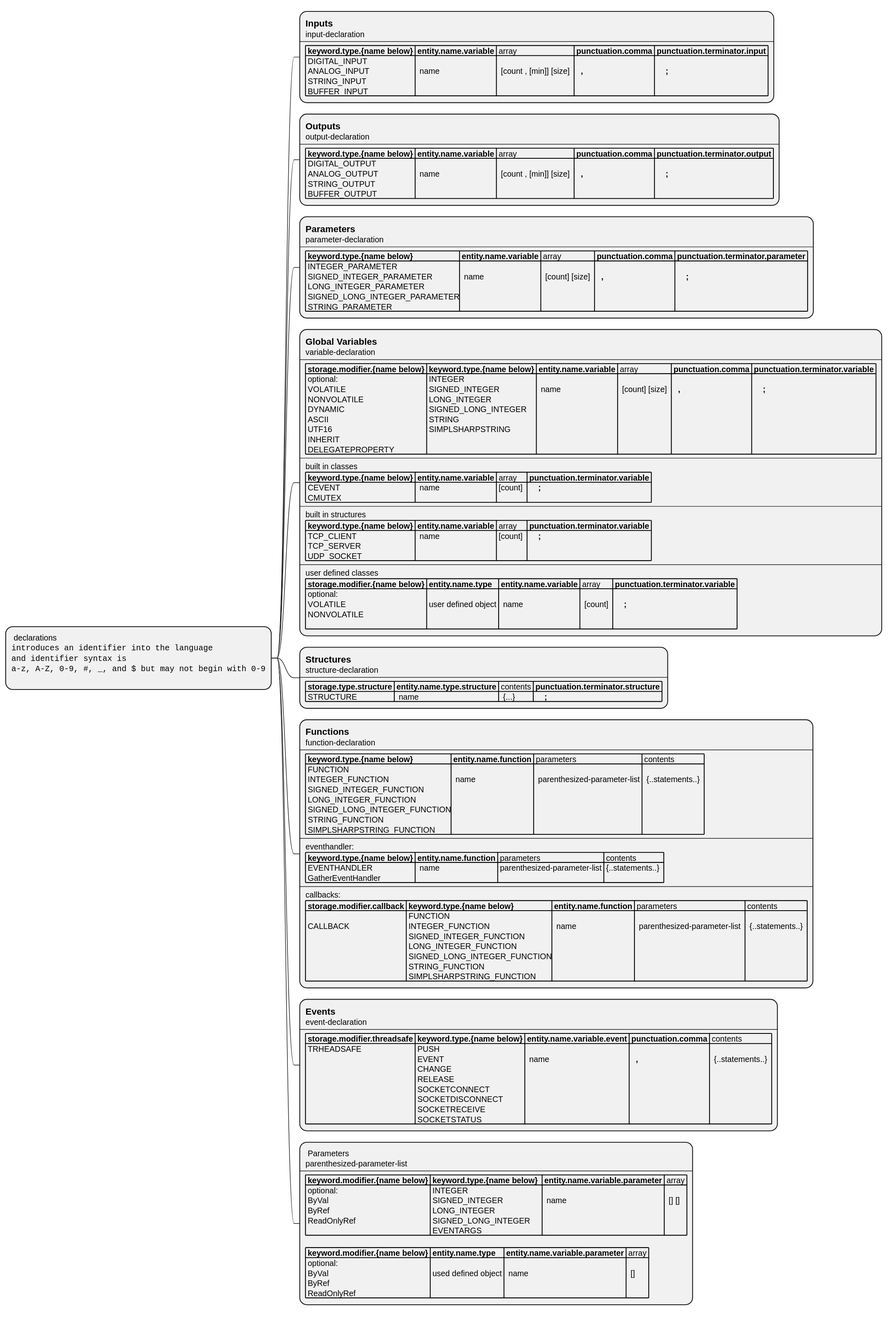
Earlier version of the PlantUML export UML/simpl-plus-syntax-mindmap/declarations.svg (alvaroyurrita/vscode-crestron-splus).
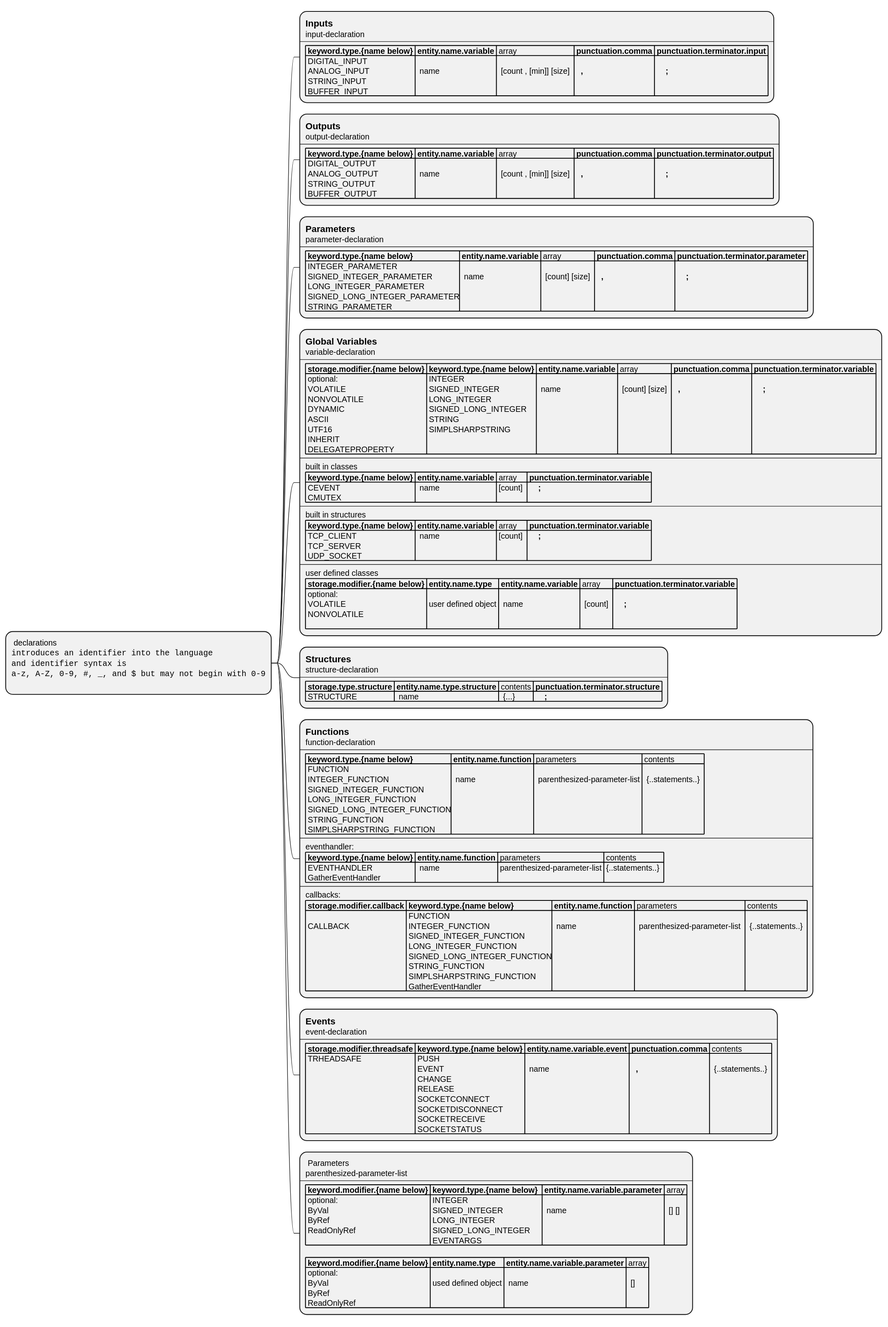
Above is the later version.

The edit, as a diff of the source:
```diff
@@ -62,7 +62,7 @@
 ----
 callbacks:
 |= storage.modifier.callback |= keyword.type.{name below} |= entity.name.function | parameters | contents |
-| \n CALLBACK  | FUNCTION\n INTEGER_FUNCTION\n SIGNED_INTEGER_FUNCTION\n LONG_INTEGER_FUNCTION\n SIGNED_LONG_INTEGER_FUNCTION\n STRING_FUNCTION \n SIMPLSHARPSTRING_FUNCTION | \n  name | \n  parenthesized-parameter-list  | \n  {..statements..}  |;
+| \n CALLBACK  | FUNCTION\n INTEGER_FUNCTION\n SIGNED_INTEGER_FUNCTION\n LONG_INTEGER_FUNCTION\n SIGNED_LONG_INTEGER_FUNCTION\n STRING_FUNCTION \n SIMPLSHARPSTRING_FUNCTION \n GatherEventHandler | \n  name | \n  parenthesized-parameter-list  | \n  {..statements..}  |;
 
 **:== Events
 event-declaration
```
